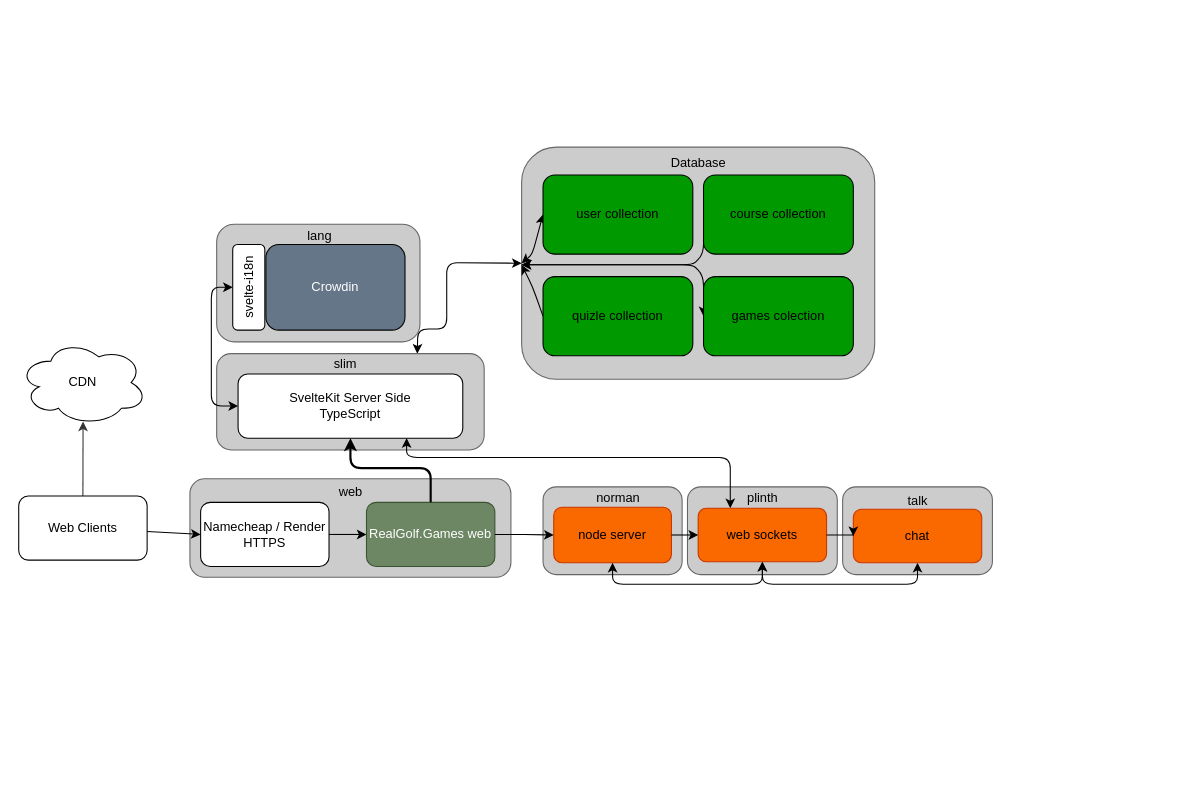
This is img/architecture.drawio from realgolf/realgolf, a draw.io file, before an edit. Source tidied: cells renumbered, new cells numbered last; positions are measured from the earlier drawing's top-left corner, leaving out a move shared by most shapes. Both pictures are drawn from the tidied source at 107%, with x=0, y=0 at pixel (18, 147).
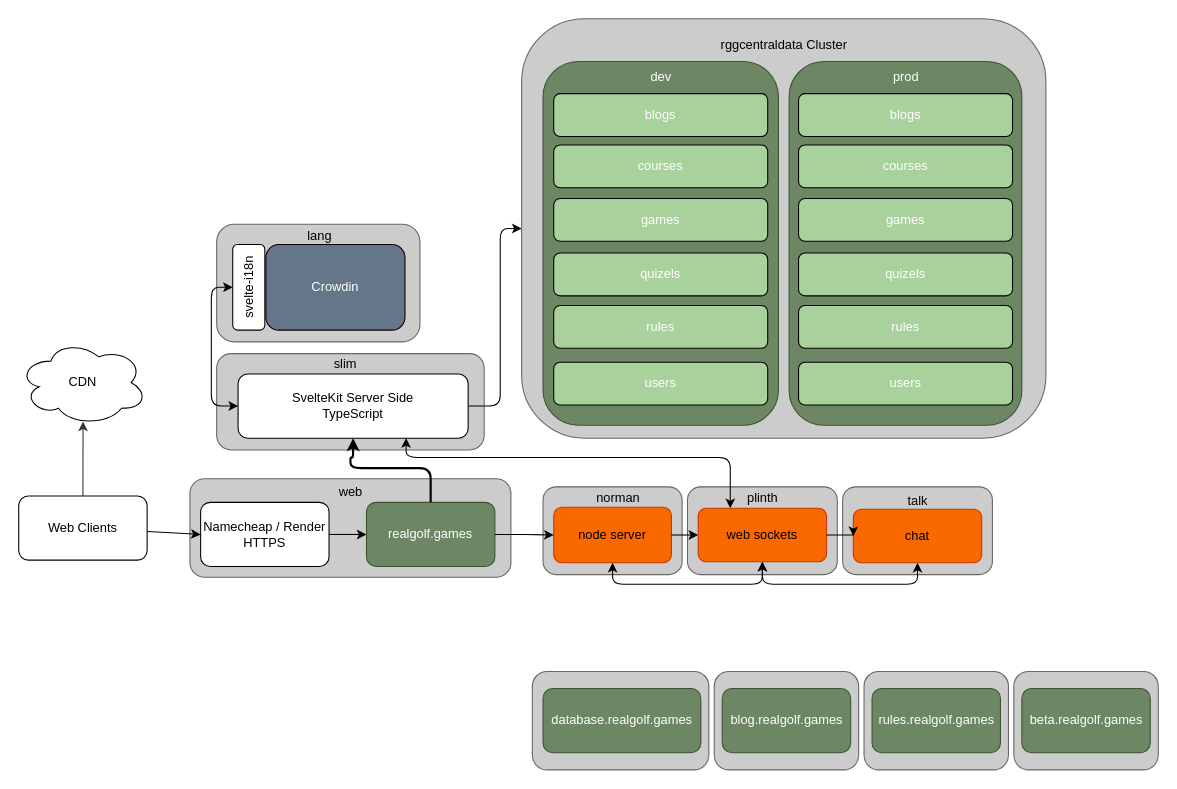
The same page after the edit.

The change refers to these unchanged cells:
```xml
<mxCell id="15" style="rounded=1;whiteSpace=wrap;html=1;fillColor=#CCCCCC;fontColor=#333333;strokeColor=#666666;" parent="1" vertex="1">
  <mxGeometry x="185" y="193" width="250" height="90" as="geometry" />
</mxCell>
<mxCell id="25" value="web sockets" style="rounded=1;whiteSpace=wrap;html=1;fillColor=#fa6800;strokeColor=#C73500;fontColor=#000000;" parent="1" vertex="1">
  <mxGeometry x="635" y="337.5" width="120" height="50" as="geometry" />
</mxCell>
```

What changed in the source:
```diff
@@
-    <mxCell id="7" value="RealGolf.Games web" style="rounded=1;whiteSpace=wrap;html=1;fillColor=#6d8764;strokeColor=#3A5431;fontColor=#ffffff;" parent="1" vertex="1">
+    <mxCell id="7" value="realgolf.games" style="rounded=1;whiteSpace=wrap;html=1;fillColor=#6d8764;strokeColor=#3A5431;fontColor=#ffffff;" parent="1" vertex="1">
       <mxGeometry x="325" y="332" width="120" height="60" as="geometry" />
     </mxCell>
@@
-    <mxCell id="9" style="rounded=1;whiteSpace=wrap;html=1;fillColor=#CCCCCC;fontColor=#333333;strokeColor=#666666;" parent="1" vertex="1">
-      <mxGeometry x="470" width="330" height="217" as="geometry" />
-    </mxCell>
-    <mxCell id="10" style="edgeStyle=none;sketch=0;html=1;exitX=0;exitY=0.5;exitDx=0;exitDy=0;entryX=0;entryY=0.5;entryDx=0;entryDy=0;strokeColor=#000000;startArrow=classic;startFill=1;" parent="1" edge="1" source="11" target="9">
-      <mxGeometry relative="1" as="geometry">
-        <Array as="points">
-          <mxPoint x="480" y="100" />
-        </Array>
-      </mxGeometry>
-    </mxCell>
-    <mxCell id="11" value="user collection" style="rounded=1;whiteSpace=wrap;html=1;fillColor=#009900;strokeColor=#000000;" parent="1" vertex="1">
-      <mxGeometry x="490" y="26" width="140" height="74" as="geometry" />
-    </mxCell>
@@
-    <mxCell id="14" style="edgeStyle=none;sketch=0;html=1;strokeColor=#000000;entryX=0;entryY=0.5;entryDx=0;entryDy=0;exitX=0.75;exitY=0;exitDx=0;exitDy=0;startArrow=classic;startFill=1;" parent="1" edge="1" source="15" target="9">
-      <mxGeometry relative="1" as="geometry">
-        <Array as="points">
-          <mxPoint x="373" y="170" />
-          <mxPoint x="400" y="170" />
-          <mxPoint x="400" y="140" />
-          <mxPoint x="400" y="108" />
-        </Array>
-      </mxGeometry>
-    </mxCell>
@@
+    <mxCell id="47" style="edgeStyle=none;html=1;entryX=0;entryY=0.5;entryDx=0;entryDy=0;fontColor=#FFFFFF;exitX=1;exitY=0.5;exitDx=0;exitDy=0;strokeColor=#000000;" parent="1" edge="1" source="17" target="56">
+      <mxGeometry relative="1" as="geometry">
+        <Array as="points">
+          <mxPoint x="450" y="242" />
+          <mxPoint x="450" y="170" />
+          <mxPoint x="450" y="76" />
+        </Array>
+      </mxGeometry>
+    </mxCell>
     <mxCell id="17" value="SvelteKit Server Side&lt;br&gt;TypeScript" style="rounded=1;whiteSpace=wrap;html=1;fontColor=#000000;fillColor=#FFFFFF;strokeColor=#000000;" parent="1" vertex="1">
-      <mxGeometry x="205" y="212" width="210" height="60" as="geometry" />
+      <mxGeometry x="205" y="212" width="215" height="60" as="geometry" />
     </mxCell>
@@
-    <mxCell id="24" style="edgeStyle=orthogonalEdgeStyle;rounded=1;jettySize=auto;html=1;exitX=0.25;exitY=0;exitDx=0;exitDy=0;entryX=0.75;entryY=1;entryDx=0;entryDy=0;curved=0;startArrow=classic;startFill=1;strokeColor=#000000;" parent="1" edge="1" source="25" target="17">
+    <mxCell id="24" style="edgeStyle=orthogonalEdgeStyle;rounded=1;jettySize=auto;html=1;exitX=0.25;exitY=0;exitDx=0;exitDy=0;curved=0;startArrow=classic;startFill=1;strokeColor=#000000;" parent="1" edge="1" source="25" target="17">
       <mxGeometry relative="1" as="geometry">
         <Array as="points">
           <mxPoint x="665" y="290" />
           <mxPoint x="362" y="290" />
         </Array>
       </mxGeometry>
     </mxCell>
@@
     <mxCell id="31" style="edgeStyle=orthogonalEdgeStyle;rounded=1;jettySize=auto;html=1;exitX=0.5;exitY=0;exitDx=0;exitDy=0;curved=0;strokeWidth=2;strokeColor=#000000;entryX=0.5;entryY=1;entryDx=0;entryDy=0;" parent="1" edge="1" source="7" target="17">
       <mxGeometry relative="1" as="geometry">
         <Array as="points">
           <mxPoint x="385" y="300" />
           <mxPoint x="310" y="300" />
+          <mxPoint x="310" y="290" />
+          <mxPoint x="313" y="290" />
         </Array>
       </mxGeometry>
     </mxCell>
@@
-    <mxCell id="40" value="&lt;span style=&quot;text-align: start;&quot;&gt;&lt;font face=&quot;Helvetica&quot;&gt;Database&lt;/font&gt;&lt;/span&gt;" style="text;html=1;align=center;verticalAlign=middle;strokeColor=none;fillColor=none;fontColor=#000000;" parent="1" vertex="1">
-      <mxGeometry x="600" width="70" height="30" as="geometry" />
-    </mxCell>
-    <mxCell id="41" style="edgeStyle=none;sketch=0;html=1;exitX=0;exitY=0.5;exitDx=0;exitDy=0;strokeColor=#000000;startArrow=none;startFill=0;" parent="1" edge="1" source="42">
-      <mxGeometry relative="1" as="geometry">
-        <mxPoint x="470" y="110" as="targetPoint" />
-        <Array as="points">
-          <mxPoint x="640" y="100" />
-          <mxPoint x="630" y="110" />
-          <mxPoint x="610" y="110" />
-          <mxPoint x="560" y="110" />
-        </Array>
-      </mxGeometry>
-    </mxCell>
-    <mxCell id="42" value="course collection" style="rounded=1;whiteSpace=wrap;html=1;fillColor=#009900;strokeColor=#000000;" parent="1" vertex="1">
-      <mxGeometry x="640" y="26" width="140" height="74" as="geometry" />
-    </mxCell>
-    <mxCell id="43" style="edgeStyle=none;sketch=0;html=1;exitX=0;exitY=0.5;exitDx=0;exitDy=0;strokeColor=#000000;startArrow=none;startFill=0;" parent="1" edge="1" source="44">
-      <mxGeometry relative="1" as="geometry">
-        <mxPoint x="470" y="110" as="targetPoint" />
-        <Array as="points">
-          <mxPoint x="480" y="130" />
-        </Array>
-      </mxGeometry>
-    </mxCell>
-    <mxCell id="44" value="quizle collection" style="rounded=1;whiteSpace=wrap;html=1;fillColor=#009900;strokeColor=#000000;" parent="1" vertex="1">
-      <mxGeometry x="490" y="121" width="140" height="74" as="geometry" />
-    </mxCell>
-    <mxCell id="45" style="edgeStyle=none;sketch=0;html=1;exitX=0;exitY=0.5;exitDx=0;exitDy=0;strokeColor=#000000;startArrow=classic;startFill=1;" parent="1" edge="1" source="46">
-      <mxGeometry relative="1" as="geometry">
-        <mxPoint x="470" y="110" as="targetPoint" />
-        <Array as="points">
-          <mxPoint x="640" y="120" />
-          <mxPoint x="630" y="110" />
-          <mxPoint x="600" y="110" />
-          <mxPoint x="570" y="110" />
-        </Array>
-      </mxGeometry>
-    </mxCell>
-    <mxCell id="46" value="games colection" style="rounded=1;whiteSpace=wrap;html=1;fillColor=#009900;strokeColor=#000000;" parent="1" vertex="1">
-      <mxGeometry x="640" y="121" width="140" height="74" as="geometry" />
-    </mxCell>
+    <mxCell id="48" style="rounded=1;whiteSpace=wrap;html=1;fillColor=#CCCCCC;fontColor=#333333;strokeColor=#666666;" parent="1" vertex="1">
+      <mxGeometry x="930" y="490" width="135" height="92" as="geometry" />
+    </mxCell>
+    <mxCell id="49" value="beta.realgolf.games" style="rounded=1;whiteSpace=wrap;html=1;fillColor=#6d8764;strokeColor=#3A5431;fontColor=#ffffff;" parent="1" vertex="1">
+      <mxGeometry x="937.5" y="506" width="120" height="60" as="geometry" />
+    </mxCell>
+    <mxCell id="50" style="rounded=1;whiteSpace=wrap;html=1;fillColor=#CCCCCC;fontColor=#333333;strokeColor=#666666;" parent="1" vertex="1">
+      <mxGeometry x="790" y="490" width="135" height="92" as="geometry" />
+    </mxCell>
+    <mxCell id="51" value="rules.realgolf.games" style="rounded=1;whiteSpace=wrap;html=1;fillColor=#6d8764;strokeColor=#3A5431;fontColor=#ffffff;" parent="1" vertex="1">
+      <mxGeometry x="797.5" y="506" width="120" height="60" as="geometry" />
+    </mxCell>
+    <mxCell id="52" style="rounded=1;whiteSpace=wrap;html=1;fillColor=#CCCCCC;fontColor=#333333;strokeColor=#666666;" parent="1" vertex="1">
+      <mxGeometry x="650" y="490" width="135" height="92" as="geometry" />
+    </mxCell>
+    <mxCell id="53" value="blog.realgolf.games" style="rounded=1;whiteSpace=wrap;html=1;fillColor=#6d8764;strokeColor=#3A5431;fontColor=#ffffff;" parent="1" vertex="1">
+      <mxGeometry x="657.5" y="506" width="120" height="60" as="geometry" />
+    </mxCell>
+    <mxCell id="54" style="rounded=1;whiteSpace=wrap;html=1;fillColor=#CCCCCC;fontColor=#333333;strokeColor=#666666;" parent="1" vertex="1">
+      <mxGeometry x="480" y="490" width="165" height="92" as="geometry" />
+    </mxCell>
+    <mxCell id="55" value="database.realgolf.games" style="rounded=1;whiteSpace=wrap;html=1;fillColor=#6d8764;strokeColor=#3A5431;fontColor=#ffffff;" parent="1" vertex="1">
+      <mxGeometry x="490" y="506" width="147.5" height="60" as="geometry" />
+    </mxCell>
+    <mxCell id="56" style="rounded=1;whiteSpace=wrap;html=1;fillColor=#CCCCCC;fontColor=#333333;strokeColor=#666666;" parent="1" vertex="1">
+      <mxGeometry x="470" y="-120" width="490" height="392" as="geometry" />
+    </mxCell>
+    <mxCell id="57" value="rggcentraldata Cluster" style="text;html=1;align=center;verticalAlign=middle;strokeColor=none;fillColor=none;fontColor=#000000;" parent="1" vertex="1">
+      <mxGeometry x="645" y="-110" width="140" height="30" as="geometry" />
+    </mxCell>
+    <mxCell id="58" style="rounded=1;whiteSpace=wrap;html=1;fillColor=#6d8764;strokeColor=#3A5431;fontColor=#ffffff;" parent="1" vertex="1">
+      <mxGeometry x="490" y="-80" width="220" height="340" as="geometry" />
+    </mxCell>
+    <mxCell id="59" style="rounded=1;whiteSpace=wrap;html=1;fillColor=#6d8764;strokeColor=#3A5431;fontColor=#ffffff;" parent="1" vertex="1">
+      <mxGeometry x="720" y="-80" width="217.5" height="340" as="geometry" />
+    </mxCell>
+    <mxCell id="60" value="&lt;font color=&quot;#ffffff&quot;&gt;dev&lt;/font&gt;" style="text;html=1;align=center;verticalAlign=middle;strokeColor=none;fillColor=none;fontColor=#000000;" parent="1" vertex="1">
+      <mxGeometry x="580" y="-80" width="40" height="30" as="geometry" />
+    </mxCell>
+    <mxCell id="61" value="&lt;font color=&quot;#ffffff&quot;&gt;prod&lt;/font&gt;" style="text;html=1;align=center;verticalAlign=middle;strokeColor=none;fillColor=none;fontColor=#000000;" parent="1" vertex="1">
+      <mxGeometry x="803.8" y="-80" width="50" height="30" as="geometry" />
+    </mxCell>
+    <mxCell id="62" value="blogs" style="rounded=1;whiteSpace=wrap;html=1;fontColor=#FFFFFF;fillColor=#A9D19C;" parent="1" vertex="1">
+      <mxGeometry x="500" y="-50" width="200" height="40" as="geometry" />
+    </mxCell>
+    <mxCell id="63" value="courses" style="rounded=1;whiteSpace=wrap;html=1;fontColor=#FFFFFF;fillColor=#A9D19C;" parent="1" vertex="1">
+      <mxGeometry x="500" y="-2" width="200" height="40" as="geometry" />
+    </mxCell>
+    <mxCell id="64" value="games" style="rounded=1;whiteSpace=wrap;html=1;fontColor=#FFFFFF;fillColor=#A9D19C;" parent="1" vertex="1">
+      <mxGeometry x="500" y="48" width="200" height="40" as="geometry" />
+    </mxCell>
+    <mxCell id="65" value="quizels" style="rounded=1;whiteSpace=wrap;html=1;fontColor=#FFFFFF;fillColor=#A9D19C;" parent="1" vertex="1">
+      <mxGeometry x="500" y="99" width="200" height="40" as="geometry" />
+    </mxCell>
+    <mxCell id="66" value="rules" style="rounded=1;whiteSpace=wrap;html=1;fontColor=#FFFFFF;fillColor=#A9D19C;" parent="1" vertex="1">
+      <mxGeometry x="500" y="148" width="200" height="40" as="geometry" />
+    </mxCell>
+    <mxCell id="67" value="users" style="rounded=1;whiteSpace=wrap;html=1;fontColor=#FFFFFF;fillColor=#A9D19C;" parent="1" vertex="1">
+      <mxGeometry x="500" y="201" width="200" height="40" as="geometry" />
+    </mxCell>
+    <mxCell id="68" value="blogs" style="rounded=1;whiteSpace=wrap;html=1;fontColor=#FFFFFF;fillColor=#A9D19C;" parent="1" vertex="1">
+      <mxGeometry x="728.8" y="-50" width="200" height="40" as="geometry" />
+    </mxCell>
+    <mxCell id="69" value="courses" style="rounded=1;whiteSpace=wrap;html=1;fontColor=#FFFFFF;fillColor=#A9D19C;" parent="1" vertex="1">
+      <mxGeometry x="728.8" y="-2" width="200" height="40" as="geometry" />
+    </mxCell>
+    <mxCell id="70" value="games" style="rounded=1;whiteSpace=wrap;html=1;fontColor=#FFFFFF;fillColor=#A9D19C;" parent="1" vertex="1">
+      <mxGeometry x="728.8" y="48" width="200" height="40" as="geometry" />
+    </mxCell>
+    <mxCell id="71" value="quizels" style="rounded=1;whiteSpace=wrap;html=1;fontColor=#FFFFFF;fillColor=#A9D19C;" parent="1" vertex="1">
+      <mxGeometry x="728.8" y="99" width="200" height="40" as="geometry" />
+    </mxCell>
+    <mxCell id="72" value="rules" style="rounded=1;whiteSpace=wrap;html=1;fontColor=#FFFFFF;fillColor=#A9D19C;" parent="1" vertex="1">
+      <mxGeometry x="728.8" y="148" width="200" height="40" as="geometry" />
+    </mxCell>
+    <mxCell id="73" value="users" style="rounded=1;whiteSpace=wrap;html=1;fontColor=#FFFFFF;fillColor=#A9D19C;" parent="1" vertex="1">
+      <mxGeometry x="728.8" y="201" width="200" height="40" as="geometry" />
+    </mxCell>
```
